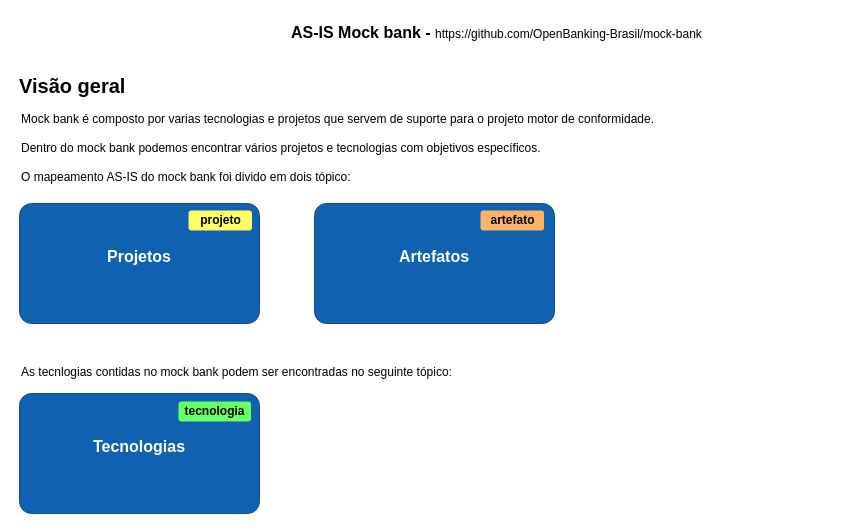
Before: page "Visão geral" (1 of 18) of as-is-mock-bank.drawio in andretrindade/mock-bank-project, a draw.io diagram. Source tidied: cells renumbered, new cells numbered last; positions are measured from the earlier drawing's top-left corner, leaving out a move shared by most shapes. Both pictures are drawn from the tidied source at 100%, with x=0, y=0 at pixel (17, 17).
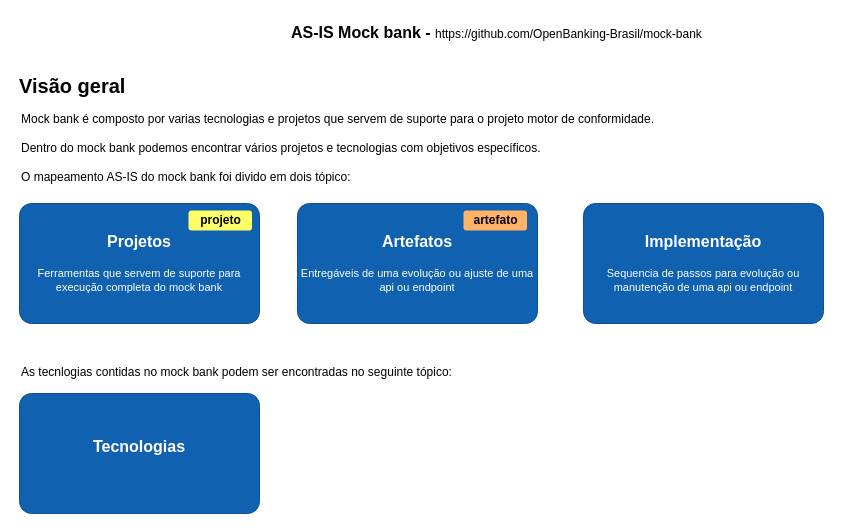
After the change.

What changed in the source:
```diff
@@
 <mxGraphModel>
   <root>
     <mxCell id="0" />
     <mxCell id="1" parent="0" />
     <mxCell id="2" value="Mock bank é composto por varias tecnologias e projetos que servem de suporte para o projeto motor de conformidade.&lt;div&gt;&lt;br&gt;&lt;/div&gt;&lt;div&gt;Dentro do mock bank podemos encontrar vários projetos e tecnologias com objetivos específicos.&lt;/div&gt;&lt;div&gt;&lt;br&gt;&lt;div&gt;O mapeamento AS-IS do mock bank foi divido em dois tópico:&lt;/div&gt;&lt;div&gt;&lt;br&gt;&lt;/div&gt;&lt;div&gt;&lt;br&gt;&lt;/div&gt;&lt;/div&gt;" style="text;html=1;align=left;verticalAlign=top;whiteSpace=wrap;rounded=0;" parent="1" vertex="1">
       <mxGeometry x="2" y="88" width="707" height="93" as="geometry" />
     </mxCell>
     <mxCell id="3" value="AS-IS Mock bank -&amp;nbsp;&lt;span style=&quot;font-size: 12px; font-weight: 400;&quot;&gt;https://github.com/OpenBanking-Brasil/mock-bank&lt;/span&gt;" style="text;html=1;align=left;verticalAlign=middle;whiteSpace=wrap;rounded=0;fontStyle=1;fontSize=16;" parent="1" vertex="1">
       <mxGeometry x="272" width="417" height="30" as="geometry" />
     </mxCell>
     <mxCell id="4" value="As tecnlogias contidas no mock bank podem ser encontradas no seguinte tópico:" style="text;html=1;align=left;verticalAlign=middle;whiteSpace=wrap;rounded=0;" parent="1" vertex="1">
       <mxGeometry x="2" y="340" width="448" height="30" as="geometry" />
     </mxCell>
     <mxCell id="5" value="Visão geral" style="text;html=1;align=left;verticalAlign=middle;whiteSpace=wrap;rounded=0;fontStyle=1;fontSize=20;" parent="1" vertex="1">
       <mxGeometry y="53" width="113" height="30" as="geometry" />
     </mxCell>
-    <object id="6" label="&lt;font style=&quot;font-size: 16px&quot;&gt;&lt;b&gt;%c4Name%&lt;/b&gt;&lt;/font&gt;&lt;div&gt;&lt;/div&gt;&lt;br&gt;&lt;div&gt;&lt;font style=&quot;font-size: 11px&quot;&gt;&lt;font &gt;%c4Description%&lt;/font&gt;&lt;/div&gt;" c4Description="" c4Name="Projetos" placeholders="1">
+    <object id="6" label="&lt;font style=&quot;font-size: 16px&quot;&gt;&lt;b&gt;%c4Name%&lt;/b&gt;&lt;/font&gt;&lt;div&gt;&lt;/div&gt;&lt;br&gt;&lt;div&gt;&lt;font style=&quot;font-size: 11px&quot;&gt;&lt;font &gt;%c4Description%&lt;/font&gt;&lt;/div&gt;" c4Description="Ferramentas que servem de suporte para execução completa do mock bank" c4Name="Projetos" placeholders="1">
       <mxCell style="rounded=1;whiteSpace=wrap;html=1;labelBackgroundColor=none;fillColor=#1061B0;fontColor=#ffffff;align=center;arcSize=10;strokeColor=#0D5091;" parent="1" vertex="1">
         <mxGeometry x="2" y="186" width="240" height="120" as="geometry" />
       </mxCell>
     </object>
     <mxCell id="7" value="projeto" style="dashed=0;html=1;rounded=1;strokeColor=none;fontSize=12;align=center;fontStyle=1;strokeWidth=2;fillColor=#FFFF66;fontColor=#000000;" parent="1" vertex="1">
       <mxGeometry x="171" y="193" width="63.5" height="20" as="geometry" />
     </mxCell>
-    <object id="8" label="&lt;font style=&quot;font-size: 16px&quot;&gt;&lt;b&gt;%c4Name%&lt;/b&gt;&lt;/font&gt;&lt;div&gt;&lt;/div&gt;&lt;br&gt;&lt;div&gt;&lt;font style=&quot;font-size: 11px&quot;&gt;&lt;font &gt;%c4Description%&lt;/font&gt;&lt;/div&gt;" c4Description="" c4Name="Artefatos" placeholders="1">
+    <object id="8" label="&lt;font style=&quot;font-size: 16px&quot;&gt;&lt;b&gt;%c4Name%&lt;/b&gt;&lt;/font&gt;&lt;div&gt;&lt;/div&gt;&lt;br&gt;&lt;div&gt;&lt;font style=&quot;font-size: 11px&quot;&gt;&lt;font &gt;%c4Description%&lt;/font&gt;&lt;/div&gt;" c4Description="Entregáveis de uma evolução ou ajuste de uma api ou endpoint" c4Name="Artefatos" placeholders="1">
       <mxCell style="rounded=1;whiteSpace=wrap;html=1;labelBackgroundColor=none;fillColor=#1061B0;fontColor=#ffffff;align=center;arcSize=10;strokeColor=#0D5091;" parent="1" vertex="1">
-        <mxGeometry x="297" y="186" width="240" height="120" as="geometry" />
+        <mxGeometry x="280" y="186" width="240" height="120" as="geometry" />
       </mxCell>
     </object>
     <mxCell id="9" value="artefato" style="dashed=0;html=1;rounded=1;strokeColor=none;fontSize=12;align=center;fontStyle=1;strokeWidth=2;fillColor=#FFB366;fontColor=#000000;" parent="1" vertex="1">
-      <mxGeometry x="463" y="193" width="63.5" height="20" as="geometry" />
+      <mxGeometry x="446" y="193" width="63.5" height="20" as="geometry" />
     </mxCell>
     <object id="10" label="&lt;font style=&quot;font-size: 16px&quot;&gt;&lt;b&gt;%c4Name%&lt;/b&gt;&lt;/font&gt;&lt;div&gt;&lt;/div&gt;&lt;br&gt;&lt;div&gt;&lt;font style=&quot;font-size: 11px&quot;&gt;&lt;font &gt;%c4Description%&lt;/font&gt;&lt;/div&gt;" c4Description="" c4Name="Tecnologias" placeholders="1">
       <mxCell style="rounded=1;whiteSpace=wrap;html=1;labelBackgroundColor=none;fillColor=#1061B0;fontColor=#ffffff;align=center;arcSize=10;strokeColor=#0D5091;" parent="1" vertex="1">
         <mxGeometry x="2" y="376" width="240" height="120" as="geometry" />
       </mxCell>
     </object>
-    <mxCell id="11" value="tecnologia" style="dashed=0;html=1;rounded=1;strokeColor=none;fontSize=12;align=center;fontStyle=1;strokeWidth=2;fillColor=#66FF66;fontColor=#000000;" parent="1" vertex="1">
-      <mxGeometry x="161" y="384" width="72.5" height="20" as="geometry" />
-    </mxCell>
+    <object id="12" label="&lt;font style=&quot;font-size: 16px&quot;&gt;&lt;b&gt;%c4Name%&lt;/b&gt;&lt;/font&gt;&lt;div&gt;&lt;/div&gt;&lt;br&gt;&lt;div&gt;&lt;font style=&quot;font-size: 11px&quot;&gt;&lt;font &gt;%c4Description%&lt;/font&gt;&lt;/div&gt;" c4Description="Sequencia de passos para evolução ou manutenção de uma api ou endpoint" c4Name="Implementação" placeholders="1">
+      <mxCell style="rounded=1;whiteSpace=wrap;html=1;labelBackgroundColor=none;fillColor=#1061B0;fontColor=#ffffff;align=center;arcSize=10;strokeColor=#0D5091;" parent="1" vertex="1">
+        <mxGeometry x="566" y="186" width="240" height="120" as="geometry" />
+      </mxCell>
+    </object>
   </root>
 </mxGraphModel>
```
